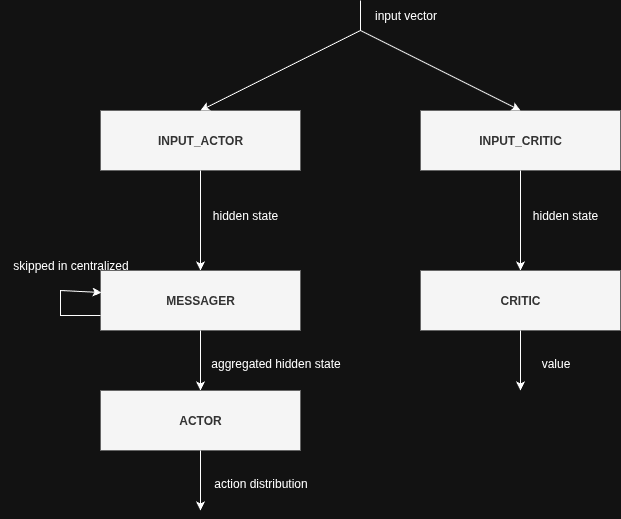
This is docs/img/mlp_pipe.png from SELab-3-2026/SEL3-2026-Groep-4, a draw.io export, as it was before one commit. Source tidied: cells renumbered, new cells last; positions are measured from the earlier drawing's top-left corner, leaving out a move shared by most shapes. Source of this version:
```xml
<mxGraphModel>
  <root>
    <mxCell id="0" />
    <mxCell id="1" parent="0" />
    <mxCell id="2" value="INPUT_ACTOR" style="rounded=0;whiteSpace=wrap;html=1;fillColor=#f5f5f5;fontColor=#333333;strokeColor=#666666;fontStyle=1;" parent="1" vertex="1">
      <mxGeometry x="100" y="110" width="200" height="60" as="geometry" />
    </mxCell>
    <mxCell id="3" value="INPUT_CRITIC" style="rounded=0;whiteSpace=wrap;html=1;fillColor=#f5f5f5;fontColor=#333333;strokeColor=#666666;fontStyle=1;" parent="1" vertex="1">
      <mxGeometry x="420" y="110" width="200" height="60" as="geometry" />
    </mxCell>
    <mxCell id="4" style="endArrow=classic;html=1;rounded=0;exitX=0.5;exitY=1;exitDx=0;exitDy=0;" parent="1" edge="1" source="2">
      <mxGeometry relative="1" as="geometry">
        <mxPoint x="200" y="270" as="targetPoint" />
      </mxGeometry>
    </mxCell>
    <mxCell id="5" value="MESSAGER" style="rounded=0;whiteSpace=wrap;html=1;fillColor=#f5f5f5;fontColor=#333333;strokeColor=#666666;fontStyle=1;" parent="1" vertex="1">
      <mxGeometry x="100" y="270" width="200" height="60" as="geometry" />
    </mxCell>
    <mxCell id="6" style="endArrow=classic;html=1;rounded=0;entryX=0.5;entryY=0;entryDx=0;entryDy=0;" parent="1" edge="1" target="2">
      <mxGeometry relative="1" as="geometry">
        <mxPoint x="360" y="30" as="sourcePoint" />
      </mxGeometry>
    </mxCell>
    <mxCell id="7" style="endArrow=classic;html=1;rounded=0;entryX=0.5;entryY=0;entryDx=0;entryDy=0;" parent="1" edge="1" target="3">
      <mxGeometry relative="1" as="geometry">
        <mxPoint x="360" y="30" as="sourcePoint" />
      </mxGeometry>
    </mxCell>
    <mxCell id="8" style="endArrow=none;html=1;rounded=0;" parent="1" edge="1">
      <mxGeometry relative="1" as="geometry">
        <mxPoint x="360" y="30" as="sourcePoint" />
        <mxPoint x="360" as="targetPoint" />
      </mxGeometry>
    </mxCell>
    <mxCell id="9" value="input vector" style="text;html=1;align=center;verticalAlign=middle;strokeColor=none;fillColor=none;" parent="1" vertex="1">
      <mxGeometry x="360" width="90" height="30" as="geometry" />
    </mxCell>
    <mxCell id="10" style="endArrow=classic;html=1;rounded=0;exitX=0.5;exitY=1;exitDx=0;exitDy=0;" parent="1" edge="1" source="3">
      <mxGeometry relative="1" as="geometry">
        <mxPoint x="520" y="270" as="targetPoint" />
      </mxGeometry>
    </mxCell>
    <mxCell id="11" style="endArrow=classic;html=1;rounded=0;exitX=0;exitY=0.75;exitDx=0;exitDy=0;entryX=0.005;entryY=0.367;entryDx=0;entryDy=0;entryPerimeter=0;" parent="1" edge="1" source="5" target="5">
      <mxGeometry relative="1" as="geometry">
        <Array as="points">
          <mxPoint x="60" y="315" />
          <mxPoint x="60" y="290" />
        </Array>
      </mxGeometry>
    </mxCell>
    <mxCell id="12" value="CRITIC" style="rounded=0;whiteSpace=wrap;html=1;fillColor=#f5f5f5;fontColor=#333333;strokeColor=#666666;fontStyle=1;" parent="1" vertex="1">
      <mxGeometry x="420" y="270" width="200" height="60" as="geometry" />
    </mxCell>
    <mxCell id="13" style="endArrow=classic;html=1;rounded=0;exitX=0.5;exitY=1;exitDx=0;exitDy=0;" parent="1" edge="1" source="12">
      <mxGeometry relative="1" as="geometry">
        <mxPoint x="520" y="390" as="targetPoint" />
      </mxGeometry>
    </mxCell>
    <mxCell id="14" value="value" style="text;html=1;align=center;verticalAlign=middle;strokeColor=none;fillColor=none;" parent="1" vertex="1">
      <mxGeometry x="530" y="348" width="50" height="30" as="geometry" />
    </mxCell>
    <mxCell id="15" value="hidden state" style="text;html=1;align=center;verticalAlign=middle;whiteSpace=wrap;rounded=0;" parent="1" vertex="1">
      <mxGeometry x="210" y="200" width="70" height="30" as="geometry" />
    </mxCell>
    <mxCell id="16" value="hidden state" style="text;html=1;align=center;verticalAlign=middle;whiteSpace=wrap;rounded=0;" parent="1" vertex="1">
      <mxGeometry x="530" y="200" width="70" height="30" as="geometry" />
    </mxCell>
    <mxCell id="17" style="endArrow=classic;html=1;rounded=0;exitX=0.5;exitY=1;exitDx=0;exitDy=0;" parent="1" edge="1" source="5">
      <mxGeometry relative="1" as="geometry">
        <mxPoint x="200" y="390" as="targetPoint" />
      </mxGeometry>
    </mxCell>
    <mxCell id="18" value="aggregated hidden state" style="text;html=1;align=center;verticalAlign=middle;strokeColor=none;fillColor=none;" parent="1" vertex="1">
      <mxGeometry x="200" y="348" width="150" height="30" as="geometry" />
    </mxCell>
    <mxCell id="19" value="skipped in centralized" style="text;html=1;align=center;verticalAlign=middle;strokeColor=none;fillColor=none;" parent="1" vertex="1">
      <mxGeometry y="250" width="140" height="30" as="geometry" />
    </mxCell>
    <mxCell id="20" value="ACTOR" style="rounded=0;whiteSpace=wrap;html=1;fillColor=#f5f5f5;fontColor=#333333;strokeColor=#666666;fontStyle=1;" parent="1" vertex="1">
      <mxGeometry x="100" y="390" width="200" height="60" as="geometry" />
    </mxCell>
    <mxCell id="21" style="endArrow=classic;html=1;rounded=0;exitX=0.5;exitY=1;exitDx=0;exitDy=0;" parent="1" edge="1" source="20">
      <mxGeometry relative="1" as="geometry">
        <mxPoint x="200" y="510" as="targetPoint" />
      </mxGeometry>
    </mxCell>
    <mxCell id="22" value="action distribution" style="text;html=1;align=center;verticalAlign=middle;strokeColor=none;fillColor=none;" parent="1" vertex="1">
      <mxGeometry x="200" y="468" width="120" height="30" as="geometry" />
    </mxCell>
  </root>
</mxGraphModel>
```
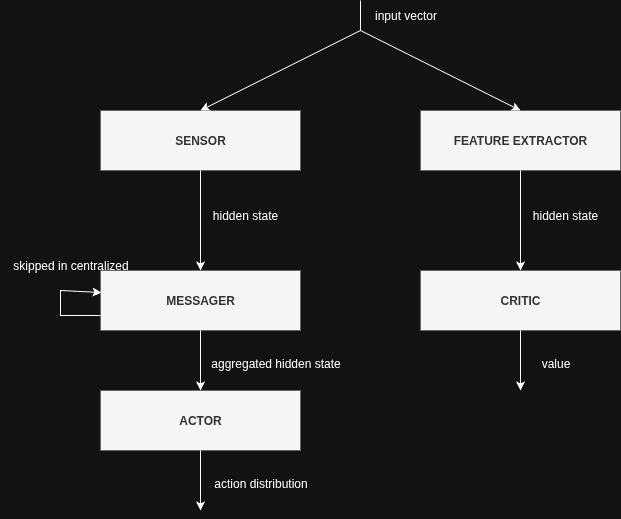
Above is the later version.

Commit message:
fix: renamed MLPs with new names

Change to the diagram source:
```diff
@@ -2,10 +2,10 @@
   <root>
     <mxCell id="0" />
     <mxCell id="1" parent="0" />
-    <mxCell id="2" value="INPUT_ACTOR" style="rounded=0;whiteSpace=wrap;html=1;fillColor=#f5f5f5;fontColor=#333333;strokeColor=#666666;fontStyle=1;" parent="1" vertex="1">
+    <mxCell id="2" value="SENSOR" style="rounded=0;whiteSpace=wrap;html=1;fillColor=#f5f5f5;fontColor=#333333;strokeColor=#666666;fontStyle=1;" parent="1" vertex="1">
       <mxGeometry x="100" y="110" width="200" height="60" as="geometry" />
     </mxCell>
-    <mxCell id="3" value="INPUT_CRITIC" style="rounded=0;whiteSpace=wrap;html=1;fillColor=#f5f5f5;fontColor=#333333;strokeColor=#666666;fontStyle=1;" parent="1" vertex="1">
+    <mxCell id="3" value="FEATURE EXTRACTOR" style="rounded=0;whiteSpace=wrap;html=1;fillColor=#f5f5f5;fontColor=#333333;strokeColor=#666666;fontStyle=1;" parent="1" vertex="1">
       <mxGeometry x="420" y="110" width="200" height="60" as="geometry" />
     </mxCell>
     <mxCell id="4" style="endArrow=classic;html=1;rounded=0;exitX=0.5;exitY=1;exitDx=0;exitDy=0;" parent="1" edge="1" source="2">
```
